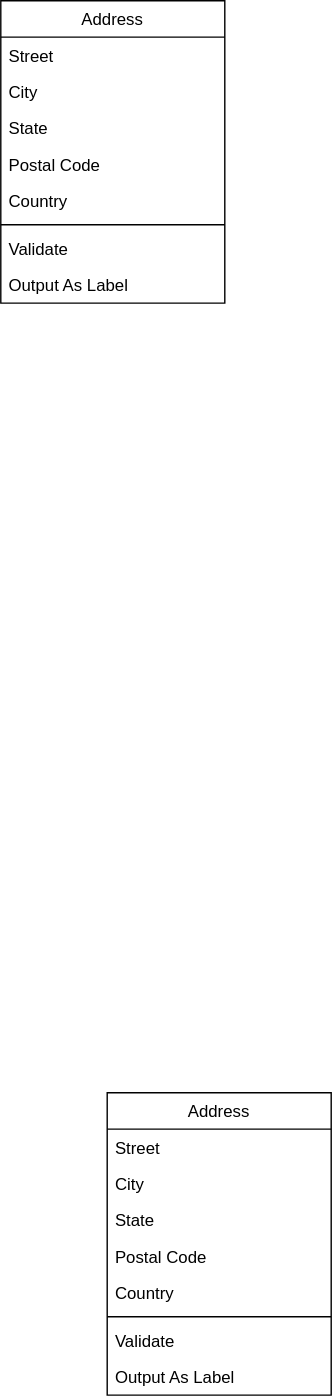
SiracencoSerghei/goitWeb keeps this draw.io diagram as HW_python_01/cyber-sentinels.drawio.svg. Above is the earlier version. Source tidied: cells renumbered, new cells last; positions are measured from the earlier drawing's top-left corner, leaving out a move shared by most shapes.
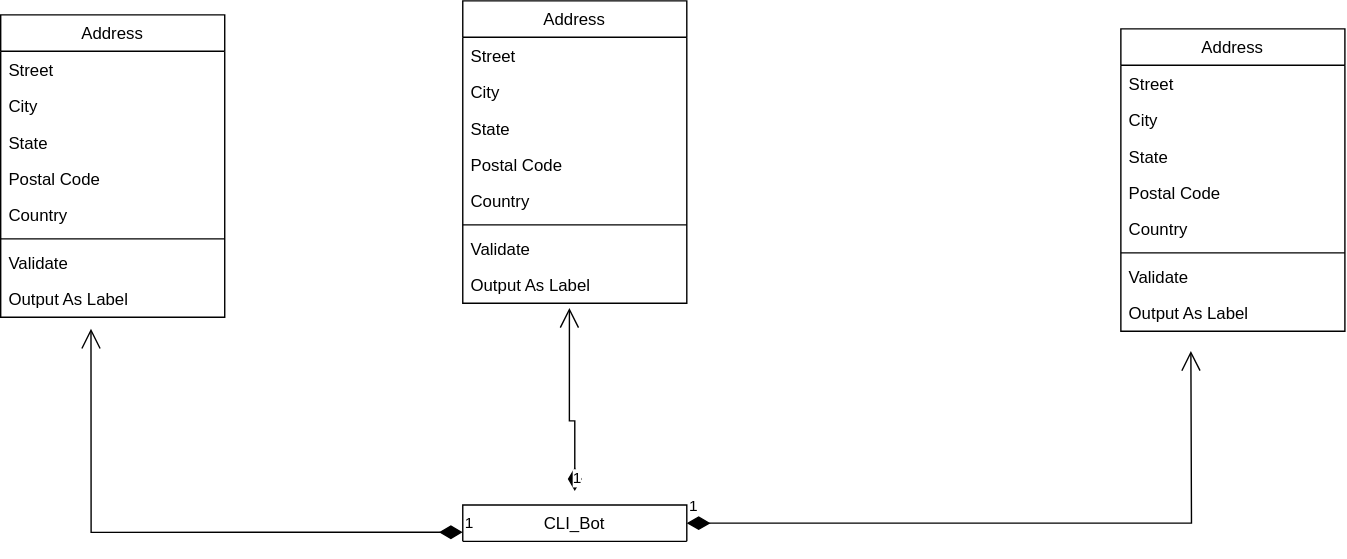
Later version of the same file.

What changed in the source:
```diff
@@ -3,7 +3,7 @@
     <mxCell id="0" />
     <mxCell id="1" parent="0" />
     <mxCell id="2" value="Address" style="swimlane;fontStyle=0;align=center;verticalAlign=top;horizontal=1;startSize=26;rounded=0;shadow=0;strokeWidth=1;" parent="1" vertex="1">
-      <mxGeometry width="160" height="216" as="geometry" />
+      <mxGeometry x="-64" y="1170" width="160" height="216" as="geometry" />
     </mxCell>
     <mxCell id="3" value="Street" style="text;align=left;verticalAlign=top;spacingLeft=4;spacingRight=4;overflow=hidden;" parent="2" vertex="1">
       <mxGeometry y="26" width="160" height="26" as="geometry" />
@@ -29,32 +29,83 @@
     <mxCell id="10" value="Output As Label" style="text;align=left;verticalAlign=top;spacingLeft=4;spacingRight=4;overflow=hidden;" parent="2" vertex="1">
       <mxGeometry y="190" width="160" height="26" as="geometry" />
     </mxCell>
-    <mxCell id="11" value="Address" style="swimlane;fontStyle=0;align=center;verticalAlign=top;horizontal=1;startSize=26;rounded=0;shadow=0;strokeWidth=1;" parent="1" vertex="1">
-      <mxGeometry x="76" y="780" width="160" height="216" as="geometry" />
+    <mxCell id="11" value="CLI_Bot" style="swimlane;fontStyle=0;align=center;verticalAlign=top;horizontal=1;startSize=26;rounded=0;shadow=0;strokeWidth=1;" parent="1" vertex="1" collapsed="1">
+      <mxGeometry x="-534" y="1510" width="160" height="26" as="geometry" />
     </mxCell>
-    <mxCell id="12" value="Street" style="text;align=left;verticalAlign=top;spacingLeft=4;spacingRight=4;overflow=hidden;" parent="11" vertex="1">
-      <mxGeometry y="26" width="160" height="26" as="geometry" />
-    </mxCell>
-    <mxCell id="13" value="City" style="text;align=left;verticalAlign=top;spacingLeft=4;spacingRight=4;overflow=hidden;rounded=0;shadow=0;html=0;" parent="11" vertex="1">
-      <mxGeometry y="52" width="160" height="26" as="geometry" />
-    </mxCell>
-    <mxCell id="14" value="State" style="text;align=left;verticalAlign=top;spacingLeft=4;spacingRight=4;overflow=hidden;rounded=0;shadow=0;html=0;" parent="11" vertex="1">
-      <mxGeometry y="78" width="160" height="26" as="geometry" />
-    </mxCell>
-    <mxCell id="15" value="Postal Code" style="text;align=left;verticalAlign=top;spacingLeft=4;spacingRight=4;overflow=hidden;rounded=0;shadow=0;html=0;" parent="11" vertex="1">
-      <mxGeometry y="104" width="160" height="26" as="geometry" />
-    </mxCell>
-    <mxCell id="16" value="Country" style="text;align=left;verticalAlign=top;spacingLeft=4;spacingRight=4;overflow=hidden;rounded=0;shadow=0;html=0;" parent="11" vertex="1">
-      <mxGeometry y="130" width="160" height="26" as="geometry" />
-    </mxCell>
-    <mxCell id="17" style="line;html=1;strokeWidth=1;align=left;verticalAlign=middle;spacingTop=-1;spacingLeft=3;spacingRight=3;labelPosition=right;" parent="11" vertex="1">
-      <mxGeometry y="156" width="160" height="8" as="geometry" />
-    </mxCell>
-    <mxCell id="18" value="Validate" style="text;align=left;verticalAlign=top;spacingLeft=4;spacingRight=4;overflow=hidden;" parent="11" vertex="1">
-      <mxGeometry y="164" width="160" height="26" as="geometry" />
-    </mxCell>
-    <mxCell id="19" value="Output As Label" style="text;align=left;verticalAlign=top;spacingLeft=4;spacingRight=4;overflow=hidden;" parent="11" vertex="1">
-      <mxGeometry y="190" width="160" height="26" as="geometry" />
-    </mxCell>
+    <mxCell id="20" value="Address" style="swimlane;fontStyle=0;align=center;verticalAlign=top;horizontal=1;startSize=26;rounded=0;shadow=0;strokeWidth=1;" parent="1" vertex="1">
+      <mxGeometry x="-534" y="1150" width="160" height="216" as="geometry" />
+    </mxCell>
+    <mxCell id="21" value="Street" style="text;align=left;verticalAlign=top;spacingLeft=4;spacingRight=4;overflow=hidden;" parent="20" vertex="1">
+      <mxGeometry y="26" width="160" height="26" as="geometry" />
+    </mxCell>
+    <mxCell id="22" value="City" style="text;align=left;verticalAlign=top;spacingLeft=4;spacingRight=4;overflow=hidden;rounded=0;shadow=0;html=0;" parent="20" vertex="1">
+      <mxGeometry y="52" width="160" height="26" as="geometry" />
+    </mxCell>
+    <mxCell id="23" value="State" style="text;align=left;verticalAlign=top;spacingLeft=4;spacingRight=4;overflow=hidden;rounded=0;shadow=0;html=0;" parent="20" vertex="1">
+      <mxGeometry y="78" width="160" height="26" as="geometry" />
+    </mxCell>
+    <mxCell id="24" value="Postal Code" style="text;align=left;verticalAlign=top;spacingLeft=4;spacingRight=4;overflow=hidden;rounded=0;shadow=0;html=0;" parent="20" vertex="1">
+      <mxGeometry y="104" width="160" height="26" as="geometry" />
+    </mxCell>
+    <mxCell id="25" value="Country" style="text;align=left;verticalAlign=top;spacingLeft=4;spacingRight=4;overflow=hidden;rounded=0;shadow=0;html=0;" parent="20" vertex="1">
+      <mxGeometry y="130" width="160" height="26" as="geometry" />
+    </mxCell>
+    <mxCell id="26" style="line;html=1;strokeWidth=1;align=left;verticalAlign=middle;spacingTop=-1;spacingLeft=3;spacingRight=3;labelPosition=right;" parent="20" vertex="1">
+      <mxGeometry y="156" width="160" height="8" as="geometry" />
+    </mxCell>
+    <mxCell id="27" value="Validate" style="text;align=left;verticalAlign=top;spacingLeft=4;spacingRight=4;overflow=hidden;" parent="20" vertex="1">
+      <mxGeometry y="164" width="160" height="26" as="geometry" />
+    </mxCell>
+    <mxCell id="28" value="Output As Label" style="text;align=left;verticalAlign=top;spacingLeft=4;spacingRight=4;overflow=hidden;points=[[0,0.5],[1,0.5]];portConstraint=eastwest;" parent="20" vertex="1">
+      <mxGeometry y="190" width="160" height="26" as="geometry" />
+    </mxCell>
+    <mxCell id="29" value="Address" style="swimlane;fontStyle=0;align=center;verticalAlign=top;horizontal=1;startSize=26;rounded=0;shadow=0;strokeWidth=1;" parent="1" vertex="1">
+      <mxGeometry x="-864" y="1160" width="160" height="216" as="geometry" />
+    </mxCell>
+    <mxCell id="30" value="Street" style="text;align=left;verticalAlign=top;spacingLeft=4;spacingRight=4;overflow=hidden;" parent="29" vertex="1">
+      <mxGeometry y="26" width="160" height="26" as="geometry" />
+    </mxCell>
+    <mxCell id="31" value="City" style="text;align=left;verticalAlign=top;spacingLeft=4;spacingRight=4;overflow=hidden;rounded=0;shadow=0;html=0;" parent="29" vertex="1">
+      <mxGeometry y="52" width="160" height="26" as="geometry" />
+    </mxCell>
+    <mxCell id="32" value="State" style="text;align=left;verticalAlign=top;spacingLeft=4;spacingRight=4;overflow=hidden;rounded=0;shadow=0;html=0;" parent="29" vertex="1">
+      <mxGeometry y="78" width="160" height="26" as="geometry" />
+    </mxCell>
+    <mxCell id="33" value="Postal Code" style="text;align=left;verticalAlign=top;spacingLeft=4;spacingRight=4;overflow=hidden;rounded=0;shadow=0;html=0;" parent="29" vertex="1">
+      <mxGeometry y="104" width="160" height="26" as="geometry" />
+    </mxCell>
+    <mxCell id="34" value="Country" style="text;align=left;verticalAlign=top;spacingLeft=4;spacingRight=4;overflow=hidden;rounded=0;shadow=0;html=0;" parent="29" vertex="1">
+      <mxGeometry y="130" width="160" height="26" as="geometry" />
+    </mxCell>
+    <mxCell id="35" style="line;html=1;strokeWidth=1;align=left;verticalAlign=middle;spacingTop=-1;spacingLeft=3;spacingRight=3;labelPosition=right;" parent="29" vertex="1">
+      <mxGeometry y="156" width="160" height="8" as="geometry" />
+    </mxCell>
+    <mxCell id="36" value="Validate" style="text;align=left;verticalAlign=top;spacingLeft=4;spacingRight=4;overflow=hidden;" parent="29" vertex="1">
+      <mxGeometry y="164" width="160" height="26" as="geometry" />
+    </mxCell>
+    <mxCell id="37" value="Output As Label" style="text;align=left;verticalAlign=top;spacingLeft=4;spacingRight=4;overflow=hidden;points=[[0,0.5],[1,0.5]];portConstraint=eastwest;" parent="29" vertex="1">
+      <mxGeometry y="190" width="160" height="26" as="geometry" />
+    </mxCell>
+    <mxCell id="38" value="1" style="endArrow=open;html=1;endSize=12;startArrow=diamondThin;startSize=14;startFill=1;edgeStyle=orthogonalEdgeStyle;align=left;verticalAlign=bottom;rounded=0;exitX=0;exitY=0.75;exitDx=0;exitDy=0;entryX=0.403;entryY=1.313;entryDx=0;entryDy=0;entryPerimeter=0;" parent="1" edge="1" source="11" target="37">
+      <mxGeometry x="-1" y="3" relative="1" as="geometry">
+        <Array as="points">
+          <mxPoint x="-800" y="1530" />
+        </Array>
+      </mxGeometry>
+    </mxCell>
+    <mxCell id="39" value="1" style="endArrow=open;html=1;endSize=12;startArrow=diamondThin;startSize=14;startFill=1;edgeStyle=orthogonalEdgeStyle;align=left;verticalAlign=bottom;rounded=0;entryX=0.476;entryY=1.126;entryDx=0;entryDy=0;entryPerimeter=0;" parent="1" edge="1" target="28">
+      <mxGeometry x="-1" y="3" relative="1" as="geometry">
+        <mxPoint x="-454" y="1500" as="sourcePoint" />
+        <Array as="points">
+          <mxPoint x="-454" y="1450" />
+          <mxPoint x="-458" y="1450" />
+        </Array>
+      </mxGeometry>
+    </mxCell>
+    <mxCell id="40" value="1" style="endArrow=open;html=1;endSize=12;startArrow=diamondThin;startSize=14;startFill=1;edgeStyle=orthogonalEdgeStyle;align=left;verticalAlign=bottom;rounded=0;exitX=1;exitY=0.5;exitDx=0;exitDy=0;" parent="1" edge="1" source="11">
+      <mxGeometry x="-1" y="3" relative="1" as="geometry">
+        <mxPoint x="-14" y="1400" as="targetPoint" />
+      </mxGeometry>
+    </mxCell>
   </root>
 </mxGraphModel>
```
